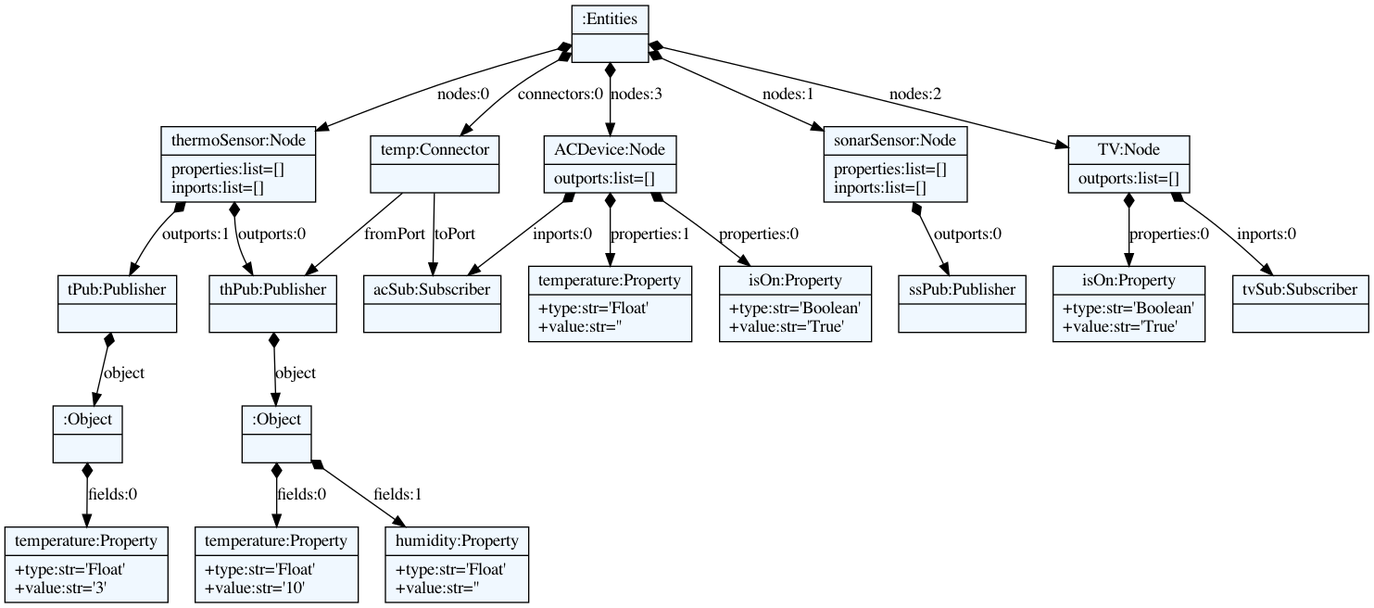
xanthoko/meco keeps this Graphviz diagram as nodem/models/nodes.dot.png. Above is the earlier version. Its source is kept beside it as nodem/models/nodes.dot. The source it was exported from:
```dot
    digraph textX {
    fontname = "Bitstream Vera Sans"
    fontsize = 8
    node[
        shape=record,
        style=filled,
        fillcolor=aliceblue
    ]
    nodesep = 0.3
    edge[dir=black,arrowtail=empty]


4475618304 -> 4475687072 [label="nodes:0" arrowtail=diamond dir=both]
4475687072 -> 4475687216 [label="outports:0" arrowtail=diamond dir=both]
4475687216 -> 4475687360 [label="object" arrowtail=diamond dir=both]
4475687360 -> 4475687552 [label="fields:0" arrowtail=diamond dir=both]
4475687552[label="{temperature:Property|+type:str='Float'\l+value:str='10'\l}"]
4475687360 -> 4475687600 [label="fields:1" arrowtail=diamond dir=both]
4475687600[label="{humidity:Property|+type:str='Float'\l+value:str=''\l}"]
4475687360[label="{:Object|}"]
4475687216[label="{thPub:Publisher|}"]
4475687072 -> 4475687312 [label="outports:1" arrowtail=diamond dir=both]
4475687312 -> 4475687696 [label="object" arrowtail=diamond dir=both]
4475687696 -> 4475687888 [label="fields:0" arrowtail=diamond dir=both]
4475687888[label="{temperature:Property|+type:str='Float'\l+value:str='3'\l}"]
4475687696[label="{:Object|}"]
4475687312[label="{tPub:Publisher|}"]
4475687072[label="{thermoSensor:Node|properties:list=[]\linports:list=[]\l}"]
4475618304 -> 4475687456 [label="nodes:1" arrowtail=diamond dir=both]
4475687456 -> 4475687648 [label="outports:0" arrowtail=diamond dir=both]
4475687648[label="{ssPub:Publisher|}"]
4475687456[label="{sonarSensor:Node|properties:list=[]\linports:list=[]\l}"]
4475618304 -> 4475687120 [label="nodes:2" arrowtail=diamond dir=both]
4475687120 -> 4475687936 [label="properties:0" arrowtail=diamond dir=both]
4475687936[label="{isOn:Property|+type:str='Boolean'\l+value:str='True'\l}"]
4475687120 -> 4475687984 [label="inports:0" arrowtail=diamond dir=both]
4475687984[label="{tvSub:Subscriber|}"]
4475687120[label="{TV:Node|outports:list=[]\l}"]
4475618304 -> 4475687168 [label="nodes:3" arrowtail=diamond dir=both]
4475687168 -> 4475688128 [label="properties:0" arrowtail=diamond dir=both]
4475688128[label="{isOn:Property|+type:str='Boolean'\l+value:str='True'\l}"]
4475687168 -> 4475688176 [label="properties:1" arrowtail=diamond dir=both]
4475688176[label="{temperature:Property|+type:str='Float'\l+value:str=''\l}"]
4475687168 -> 4475688224 [label="inports:0" arrowtail=diamond dir=both]
4475688224[label="{acSub:Subscriber|}"]
4475687168[label="{ACDevice:Node|outports:list=[]\l}"]
4475618304 -> 4475687840 [label="connectors:0" arrowtail=diamond dir=both]
4475687840 -> 4475687216 [label="fromPort" ]
4475687840 -> 4475688224 [label="toPort" ]
4475687840[label="{temp:Connector|}"]
4475618304[label="{:Entities|}"]

}
```
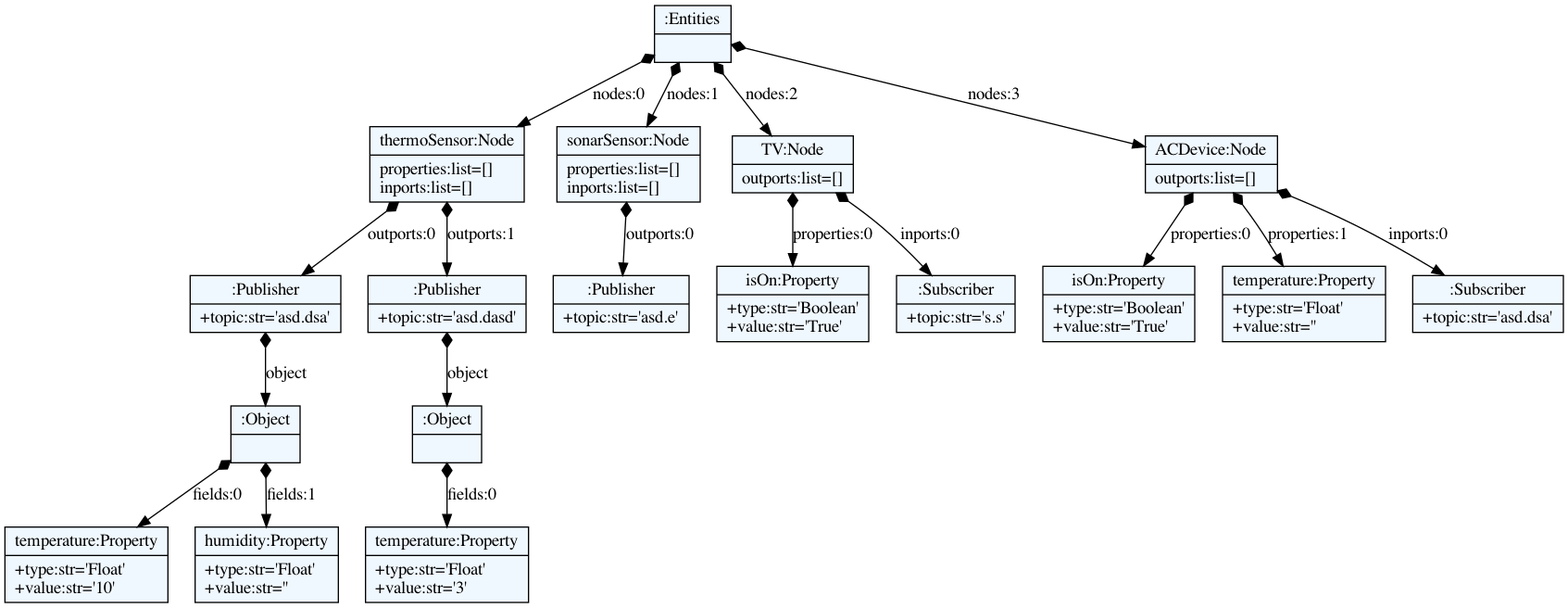
Later version of the same file.

Commit message:
💡 Add topic field in subscribers and publishers and remove the connector entity

Change to the diagram source:
```diff
@@ -10,44 +10,40 @@
     edge[dir=black,arrowtail=empty]
 
 
-4475618304 -> 4475687072 [label="nodes:0" arrowtail=diamond dir=both]
-4475687072 -> 4475687216 [label="outports:0" arrowtail=diamond dir=both]
-4475687216 -> 4475687360 [label="object" arrowtail=diamond dir=both]
-4475687360 -> 4475687552 [label="fields:0" arrowtail=diamond dir=both]
-4475687552[label="{temperature:Property|+type:str='Float'\l+value:str='10'\l}"]
-4475687360 -> 4475687600 [label="fields:1" arrowtail=diamond dir=both]
-4475687600[label="{humidity:Property|+type:str='Float'\l+value:str=''\l}"]
-4475687360[label="{:Object|}"]
-4475687216[label="{thPub:Publisher|}"]
-4475687072 -> 4475687312 [label="outports:1" arrowtail=diamond dir=both]
-4475687312 -> 4475687696 [label="object" arrowtail=diamond dir=both]
-4475687696 -> 4475687888 [label="fields:0" arrowtail=diamond dir=both]
-4475687888[label="{temperature:Property|+type:str='Float'\l+value:str='3'\l}"]
-4475687696[label="{:Object|}"]
-4475687312[label="{tPub:Publisher|}"]
-4475687072[label="{thermoSensor:Node|properties:list=[]\linports:list=[]\l}"]
-4475618304 -> 4475687456 [label="nodes:1" arrowtail=diamond dir=both]
-4475687456 -> 4475687648 [label="outports:0" arrowtail=diamond dir=both]
-4475687648[label="{ssPub:Publisher|}"]
-4475687456[label="{sonarSensor:Node|properties:list=[]\linports:list=[]\l}"]
-4475618304 -> 4475687120 [label="nodes:2" arrowtail=diamond dir=both]
-4475687120 -> 4475687936 [label="properties:0" arrowtail=diamond dir=both]
-4475687936[label="{isOn:Property|+type:str='Boolean'\l+value:str='True'\l}"]
-4475687120 -> 4475687984 [label="inports:0" arrowtail=diamond dir=both]
-4475687984[label="{tvSub:Subscriber|}"]
-4475687120[label="{TV:Node|outports:list=[]\l}"]
-4475618304 -> 4475687168 [label="nodes:3" arrowtail=diamond dir=both]
-4475687168 -> 4475688128 [label="properties:0" arrowtail=diamond dir=both]
-4475688128[label="{isOn:Property|+type:str='Boolean'\l+value:str='True'\l}"]
-4475687168 -> 4475688176 [label="properties:1" arrowtail=diamond dir=both]
-4475688176[label="{temperature:Property|+type:str='Float'\l+value:str=''\l}"]
-4475687168 -> 4475688224 [label="inports:0" arrowtail=diamond dir=both]
-4475688224[label="{acSub:Subscriber|}"]
-4475687168[label="{ACDevice:Node|outports:list=[]\l}"]
-4475618304 -> 4475687840 [label="connectors:0" arrowtail=diamond dir=both]
-4475687840 -> 4475687216 [label="fromPort" ]
-4475687840 -> 4475688224 [label="toPort" ]
-4475687840[label="{temp:Connector|}"]
-4475618304[label="{:Entities|}"]
+4349015712 -> 4349016816 [label="nodes:0" arrowtail=diamond dir=both]
+4349016816 -> 4349014848 [label="outports:0" arrowtail=diamond dir=both]
+4349014848 -> 4349015664 [label="object" arrowtail=diamond dir=both]
+4349015664 -> 4349015952 [label="fields:0" arrowtail=diamond dir=both]
+4349015952[label="{temperature:Property|+type:str='Float'\l+value:str='10'\l}"]
+4349015664 -> 4349014272 [label="fields:1" arrowtail=diamond dir=both]
+4349014272[label="{humidity:Property|+type:str='Float'\l+value:str=''\l}"]
+4349015664[label="{:Object|}"]
+4349014848[label="{:Publisher|+topic:str='asd.dsa'\l}"]
+4349016816 -> 4349015472 [label="outports:1" arrowtail=diamond dir=both]
+4349015472 -> 4349014656 [label="object" arrowtail=diamond dir=both]
+4349014656 -> 4346403040 [label="fields:0" arrowtail=diamond dir=both]
+4346403040[label="{temperature:Property|+type:str='Float'\l+value:str='3'\l}"]
+4349014656[label="{:Object|}"]
+4349015472[label="{:Publisher|+topic:str='asd.dasd'\l}"]
+4349016816[label="{thermoSensor:Node|properties:list=[]\linports:list=[]\l}"]
+4349015712 -> 4349017056 [label="nodes:1" arrowtail=diamond dir=both]
+4349017056 -> 4349014608 [label="outports:0" arrowtail=diamond dir=both]
+4349014608[label="{:Publisher|+topic:str='asd.e'\l}"]
+4349017056[label="{sonarSensor:Node|properties:list=[]\linports:list=[]\l}"]
+4349015712 -> 4349017104 [label="nodes:2" arrowtail=diamond dir=both]
+4349017104 -> 4346401840 [label="properties:0" arrowtail=diamond dir=both]
+4346401840[label="{isOn:Property|+type:str='Boolean'\l+value:str='True'\l}"]
+4349017104 -> 4348500048 [label="inports:0" arrowtail=diamond dir=both]
+4348500048[label="{:Subscriber|+topic:str='s.s'\l}"]
+4349017104[label="{TV:Node|outports:list=[]\l}"]
+4349015712 -> 4349014800 [label="nodes:3" arrowtail=diamond dir=both]
+4349014800 -> 4348498656 [label="properties:0" arrowtail=diamond dir=both]
+4348498656[label="{isOn:Property|+type:str='Boolean'\l+value:str='True'\l}"]
+4349014800 -> 4348500144 [label="properties:1" arrowtail=diamond dir=both]
+4348500144[label="{temperature:Property|+type:str='Float'\l+value:str=''\l}"]
+4349014800 -> 4348905120 [label="inports:0" arrowtail=diamond dir=both]
+4348905120[label="{:Subscriber|+topic:str='asd.dsa'\l}"]
+4349014800[label="{ACDevice:Node|outports:list=[]\l}"]
+4349015712[label="{:Entities|}"]
 
 }
```
